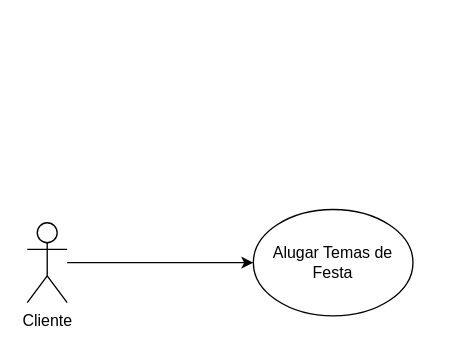
ArcanjoDaGuarda/AnjoProjetos keeps this draw.io diagram as QuintaTarefa.drawio. Above is the earlier version. Source tidied: cells renumbered, new cells numbered last; positions are measured from the earlier drawing's top-left corner, leaving out a move shared by most shapes. Both pictures are drawn from the tidied source at 133%, with x=0, y=0 at pixel (27, 209).
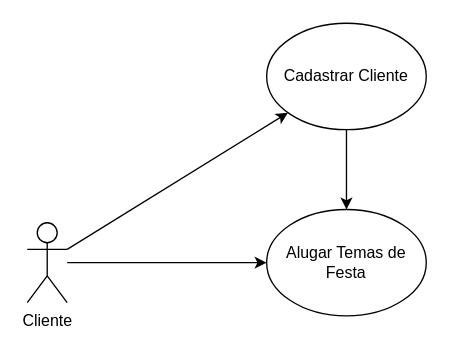
The same diagram, later.

Change to the diagram source:
```diff
@@
 <mxGraphModel>
   <root>
     <mxCell id="0" />
     <mxCell id="1" parent="0" />
     <mxCell id="2" value="Cliente" style="shape=umlActor;verticalLabelPosition=bottom;verticalAlign=top;html=1;outlineConnect=0;" parent="1" vertex="1">
       <mxGeometry y="10" width="30" height="60" as="geometry" />
     </mxCell>
     <mxCell id="3" value="Alugar Temas de Festa" style="ellipse;whiteSpace=wrap;html=1;" parent="1" vertex="1">
-      <mxGeometry x="170" width="120" height="80" as="geometry" />
+      <mxGeometry x="180" width="120" height="80" as="geometry" />
     </mxCell>
     <mxCell id="4" style="endArrow=classic;html=1;rounded=0;entryX=0;entryY=0.5;entryDx=0;entryDy=0;" parent="1" edge="1" source="2" target="3">
       <mxGeometry relative="1" as="geometry" />
     </mxCell>
+    <mxCell id="5" style="edgeStyle=orthogonalEdgeStyle;rounded=0;jettySize=auto;html=1;" parent="1" edge="1" source="6" target="3">
+      <mxGeometry relative="1" as="geometry" />
+    </mxCell>
+    <mxCell id="6" value="Cadastrar Cliente" style="ellipse;whiteSpace=wrap;html=1;" parent="1" vertex="1">
+      <mxGeometry x="180" y="-140" width="120" height="80" as="geometry" />
+    </mxCell>
+    <mxCell id="7" style="endArrow=classic;html=1;rounded=0;exitX=1;exitY=0.3333333333333333;exitDx=0;exitDy=0;exitPerimeter=0;" parent="1" edge="1" source="2" target="6">
+      <mxGeometry relative="1" as="geometry" />
+    </mxCell>
   </root>
 </mxGraphModel>
```
